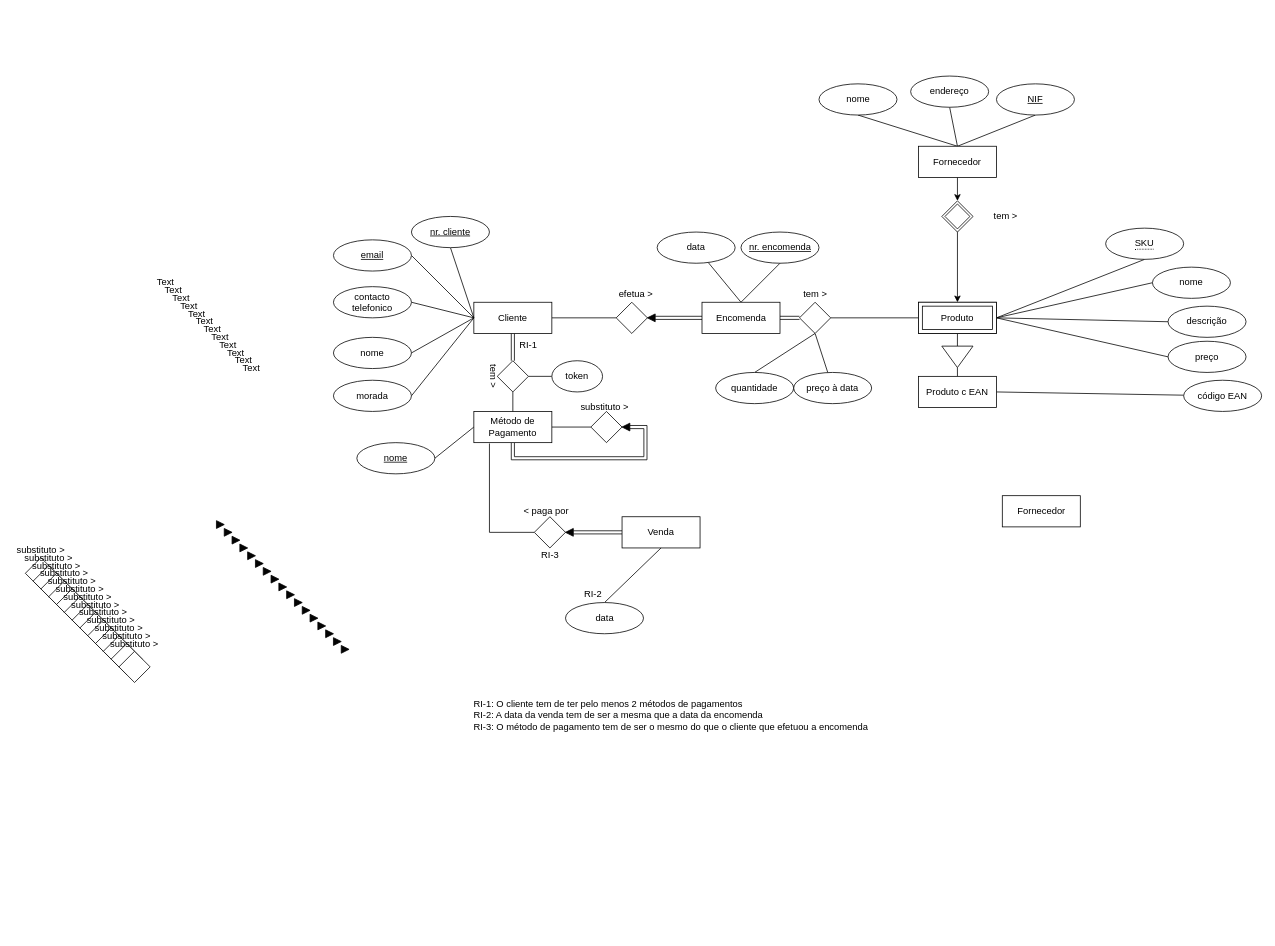
joaodrmacas/Postgres-DB keeps this draw.io diagram as Diagrama sem nome.drawio. Above is the earlier version. Source tidied: cells renumbered, new cells numbered last; positions are measured from the earlier drawing's top-left corner, leaving out a move shared by most shapes. Both pictures are drawn from the tidied source at 78%, with x=0, y=0 at pixel (13, 76).
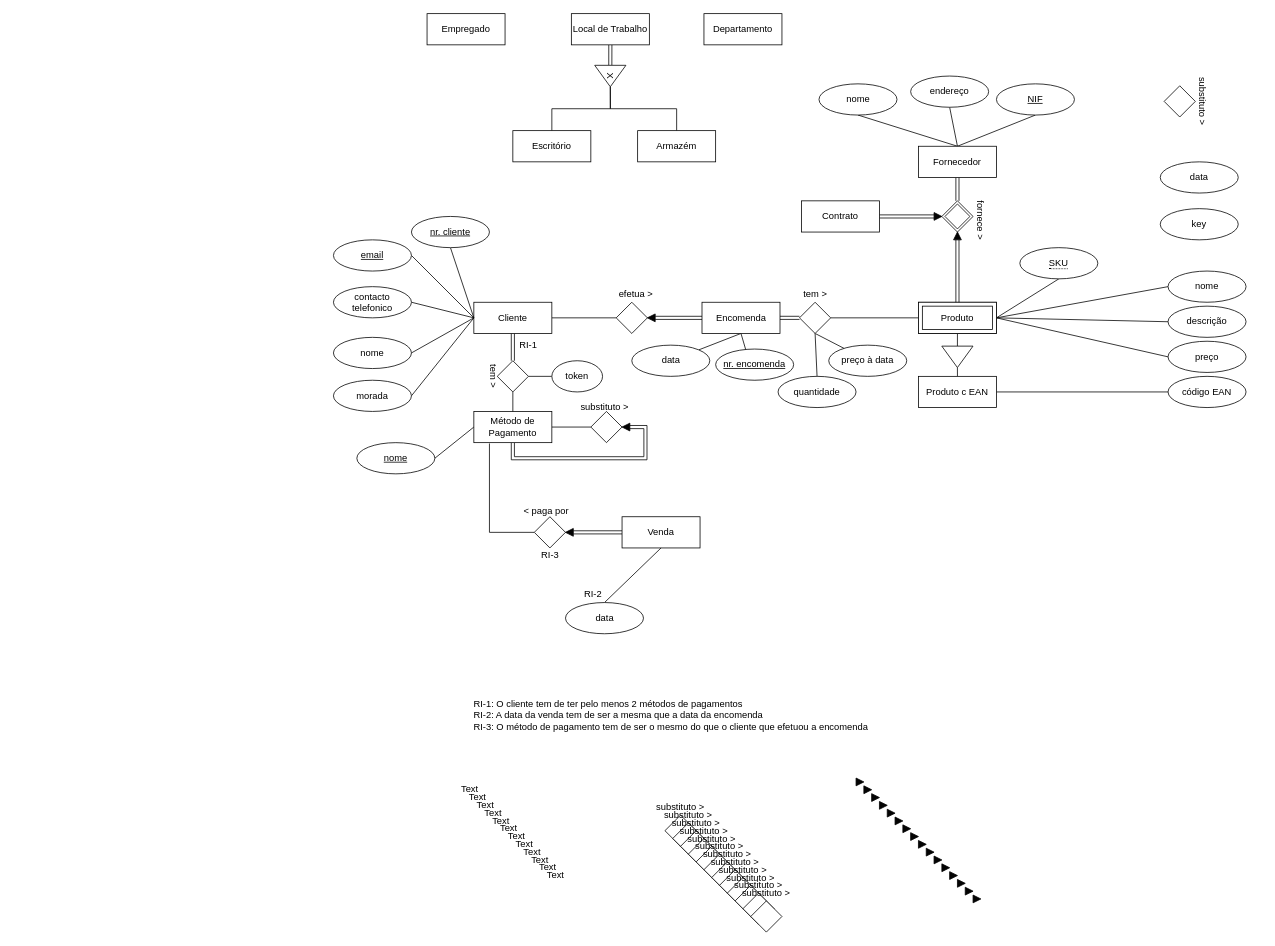
Above is the later version.

The change refers to these unchanged cells:
```xml
<mxCell id="9" value="Encomenda" style="whiteSpace=wrap;html=1;align=center;" parent="1" vertex="1">
  <mxGeometry x="882.5" y="290" width="100" height="40" as="geometry" />
</mxCell>
<mxCell id="144" value="Produto" style="shape=ext;margin=3;double=1;whiteSpace=wrap;html=1;align=center;" parent="142" vertex="1">
  <mxGeometry width="100" height="40" as="geometry" />
</mxCell>
<mxCell id="149" value="Fornecedor" style="whiteSpace=wrap;html=1;align=center;" parent="1" vertex="1">
  <mxGeometry x="1160" y="90" width="100" height="40" as="geometry" />
</mxCell>
<mxCell id="151" style="shape=rhombus;double=1;perimeter=rhombusPerimeter;whiteSpace=wrap;html=1;align=center;" parent="1" vertex="1">
  <mxGeometry x="1190" y="160" width="40" height="40" as="geometry" />
</mxCell>
```

Diff of the diagram source:
```diff
@@
-    <mxCell id="7" style="rounded=0;jettySize=auto;html=1;exitX=0.5;exitY=0;exitDx=0;exitDy=0;endArrow=none;endFill=0;" parent="1" edge="1" source="9" target="63">
+    <mxCell id="7" style="rounded=0;jettySize=auto;html=1;exitX=0.5;exitY=1;exitDx=0;exitDy=0;endArrow=none;endFill=0;" parent="1" edge="1" source="9" target="63">
       <mxGeometry relative="1" as="geometry" />
     </mxCell>
-    <mxCell id="8" style="rounded=0;jettySize=auto;html=1;exitX=0.5;exitY=0;exitDx=0;exitDy=0;entryX=0.5;entryY=1;entryDx=0;entryDy=0;endArrow=none;endFill=0;" parent="1" edge="1" source="9" target="64">
+    <mxCell id="8" style="rounded=0;jettySize=auto;html=1;exitX=0.5;exitY=1;exitDx=0;exitDy=0;entryX=0.5;entryY=1;entryDx=0;entryDy=0;endArrow=none;endFill=0;" parent="1" edge="1" source="9" target="64">
       <mxGeometry relative="1" as="geometry" />
     </mxCell>
@@
     <mxCell id="18" value="Text" style="text;html=1;strokeColor=none;fillColor=none;align=center;verticalAlign=middle;whiteSpace=wrap;rounded=0;" parent="1" vertex="1">
-      <mxGeometry x="165" y="250" width="60" height="30" as="geometry" />
+      <mxGeometry x="555" y="900" width="60" height="30" as="geometry" />
     </mxCell>
     <mxCell id="19" value="Text" style="text;html=1;strokeColor=none;fillColor=none;align=center;verticalAlign=middle;whiteSpace=wrap;rounded=0;" parent="1" vertex="1">
-      <mxGeometry x="175" y="260" width="60" height="30" as="geometry" />
+      <mxGeometry x="565" y="910" width="60" height="30" as="geometry" />
     </mxCell>
     <mxCell id="20" value="Text" style="text;html=1;strokeColor=none;fillColor=none;align=center;verticalAlign=middle;whiteSpace=wrap;rounded=0;" parent="1" vertex="1">
-      <mxGeometry x="185" y="270" width="60" height="30" as="geometry" />
+      <mxGeometry x="575" y="920" width="60" height="30" as="geometry" />
     </mxCell>
     <mxCell id="21" value="Text" style="text;html=1;strokeColor=none;fillColor=none;align=center;verticalAlign=middle;whiteSpace=wrap;rounded=0;" parent="1" vertex="1">
-      <mxGeometry x="195" y="280" width="60" height="30" as="geometry" />
+      <mxGeometry x="585" y="930" width="60" height="30" as="geometry" />
     </mxCell>
     <mxCell id="22" value="Text" style="text;html=1;strokeColor=none;fillColor=none;align=center;verticalAlign=middle;whiteSpace=wrap;rounded=0;" parent="1" vertex="1">
-      <mxGeometry x="205" y="290" width="60" height="30" as="geometry" />
+      <mxGeometry x="595" y="940" width="60" height="30" as="geometry" />
     </mxCell>
     <mxCell id="23" value="Text" style="text;html=1;strokeColor=none;fillColor=none;align=center;verticalAlign=middle;whiteSpace=wrap;rounded=0;" parent="1" vertex="1">
-      <mxGeometry x="215" y="300" width="60" height="30" as="geometry" />
+      <mxGeometry x="605" y="950" width="60" height="30" as="geometry" />
     </mxCell>
     <mxCell id="24" value="Text" style="text;html=1;strokeColor=none;fillColor=none;align=center;verticalAlign=middle;whiteSpace=wrap;rounded=0;" parent="1" vertex="1">
-      <mxGeometry x="225" y="310" width="60" height="30" as="geometry" />
+      <mxGeometry x="615" y="960" width="60" height="30" as="geometry" />
     </mxCell>
     <mxCell id="25" value="Text" style="text;html=1;strokeColor=none;fillColor=none;align=center;verticalAlign=middle;whiteSpace=wrap;rounded=0;" parent="1" vertex="1">
-      <mxGeometry x="235" y="320" width="60" height="30" as="geometry" />
+      <mxGeometry x="625" y="970" width="60" height="30" as="geometry" />
     </mxCell>
     <mxCell id="26" value="Text" style="text;html=1;strokeColor=none;fillColor=none;align=center;verticalAlign=middle;whiteSpace=wrap;rounded=0;" parent="1" vertex="1">
-      <mxGeometry x="245" y="330" width="60" height="30" as="geometry" />
+      <mxGeometry x="635" y="980" width="60" height="30" as="geometry" />
     </mxCell>
     <mxCell id="27" value="Text" style="text;html=1;strokeColor=none;fillColor=none;align=center;verticalAlign=middle;whiteSpace=wrap;rounded=0;" parent="1" vertex="1">
-      <mxGeometry x="255" y="340" width="60" height="30" as="geometry" />
+      <mxGeometry x="645" y="990" width="60" height="30" as="geometry" />
     </mxCell>
     <mxCell id="28" value="Text" style="text;html=1;strokeColor=none;fillColor=none;align=center;verticalAlign=middle;whiteSpace=wrap;rounded=0;" parent="1" vertex="1">
-      <mxGeometry x="265" y="350" width="60" height="30" as="geometry" />
+      <mxGeometry x="655" y="1000" width="60" height="30" as="geometry" />
     </mxCell>
     <mxCell id="29" value="Text" style="text;html=1;strokeColor=none;fillColor=none;align=center;verticalAlign=middle;whiteSpace=wrap;rounded=0;" parent="1" vertex="1">
-      <mxGeometry x="275" y="360" width="60" height="30" as="geometry" />
+      <mxGeometry x="665" y="1010" width="60" height="30" as="geometry" />
     </mxCell>
@@
     <mxCell id="35" style="triangle;whiteSpace=wrap;html=1;fillStyle=solid;fillColor=#030303;" parent="1" vertex="1">
-      <mxGeometry x="260" y="570" width="10" height="10" as="geometry" />
+      <mxGeometry x="1080" y="900" width="10" height="10" as="geometry" />
     </mxCell>
     <mxCell id="36" style="triangle;whiteSpace=wrap;html=1;fillStyle=solid;fillColor=#030303;" parent="1" vertex="1">
-      <mxGeometry x="270" y="580" width="10" height="10" as="geometry" />
+      <mxGeometry x="1090" y="910" width="10" height="10" as="geometry" />
     </mxCell>
     <mxCell id="37" style="triangle;whiteSpace=wrap;html=1;fillStyle=solid;fillColor=#030303;" parent="1" vertex="1">
-      <mxGeometry x="280" y="590" width="10" height="10" as="geometry" />
+      <mxGeometry x="1100" y="920" width="10" height="10" as="geometry" />
     </mxCell>
     <mxCell id="38" style="triangle;whiteSpace=wrap;html=1;fillStyle=solid;fillColor=#030303;" parent="1" vertex="1">
-      <mxGeometry x="290" y="600" width="10" height="10" as="geometry" />
+      <mxGeometry x="1110" y="930" width="10" height="10" as="geometry" />
     </mxCell>
     <mxCell id="39" style="triangle;whiteSpace=wrap;html=1;fillStyle=solid;fillColor=#030303;" parent="1" vertex="1">
-      <mxGeometry x="300" y="610" width="10" height="10" as="geometry" />
+      <mxGeometry x="1120" y="940" width="10" height="10" as="geometry" />
     </mxCell>
     <mxCell id="40" style="triangle;whiteSpace=wrap;html=1;fillStyle=solid;fillColor=#030303;" parent="1" vertex="1">
-      <mxGeometry x="310" y="620" width="10" height="10" as="geometry" />
+      <mxGeometry x="1130" y="950" width="10" height="10" as="geometry" />
     </mxCell>
     <mxCell id="41" style="triangle;whiteSpace=wrap;html=1;fillStyle=solid;fillColor=#030303;" parent="1" vertex="1">
-      <mxGeometry x="320" y="630" width="10" height="10" as="geometry" />
+      <mxGeometry x="1140" y="960" width="10" height="10" as="geometry" />
     </mxCell>
     <mxCell id="42" style="triangle;whiteSpace=wrap;html=1;fillStyle=solid;fillColor=#030303;" parent="1" vertex="1">
-      <mxGeometry x="330" y="640" width="10" height="10" as="geometry" />
+      <mxGeometry x="1150" y="970" width="10" height="10" as="geometry" />
     </mxCell>
     <mxCell id="43" style="triangle;whiteSpace=wrap;html=1;fillStyle=solid;fillColor=#030303;" parent="1" vertex="1">
-      <mxGeometry x="340" y="650" width="10" height="10" as="geometry" />
+      <mxGeometry x="1160" y="980" width="10" height="10" as="geometry" />
     </mxCell>
     <mxCell id="44" style="triangle;whiteSpace=wrap;html=1;fillStyle=solid;fillColor=#030303;" parent="1" vertex="1">
-      <mxGeometry x="350" y="660" width="10" height="10" as="geometry" />
+      <mxGeometry x="1170" y="990" width="10" height="10" as="geometry" />
     </mxCell>
     <mxCell id="45" style="triangle;whiteSpace=wrap;html=1;fillStyle=solid;fillColor=#030303;" parent="1" vertex="1">
-      <mxGeometry x="360" y="670" width="10" height="10" as="geometry" />
+      <mxGeometry x="1180" y="1000" width="10" height="10" as="geometry" />
     </mxCell>
     <mxCell id="46" style="triangle;whiteSpace=wrap;html=1;fillStyle=solid;fillColor=#030303;" parent="1" vertex="1">
-      <mxGeometry x="370" y="680" width="10" height="10" as="geometry" />
+      <mxGeometry x="1190" y="1010" width="10" height="10" as="geometry" />
     </mxCell>
     <mxCell id="47" style="triangle;whiteSpace=wrap;html=1;fillStyle=solid;fillColor=#030303;" parent="1" vertex="1">
-      <mxGeometry x="380" y="690" width="10" height="10" as="geometry" />
+      <mxGeometry x="1200" y="1020" width="10" height="10" as="geometry" />
     </mxCell>
     <mxCell id="48" style="triangle;whiteSpace=wrap;html=1;fillStyle=solid;fillColor=#030303;" parent="1" vertex="1">
-      <mxGeometry x="390" y="700" width="10" height="10" as="geometry" />
+      <mxGeometry x="1210" y="1030" width="10" height="10" as="geometry" />
     </mxCell>
     <mxCell id="49" style="triangle;whiteSpace=wrap;html=1;fillStyle=solid;fillColor=#030303;" parent="1" vertex="1">
-      <mxGeometry x="400" y="710" width="10" height="10" as="geometry" />
+      <mxGeometry x="1220" y="1040" width="10" height="10" as="geometry" />
     </mxCell>
     <mxCell id="50" style="triangle;whiteSpace=wrap;html=1;fillStyle=solid;fillColor=#030303;" parent="1" vertex="1">
-      <mxGeometry x="410" y="720" width="10" height="10" as="geometry" />
+      <mxGeometry x="1230" y="1050" width="10" height="10" as="geometry" />
     </mxCell>
-    <mxCell id="51" style="triangle;whiteSpace=wrap;html=1;fillStyle=solid;fillColor=#030303;" parent="1" vertex="1">
-      <mxGeometry x="420" y="730" width="10" height="10" as="geometry" />
+    <mxCell id="51" style="triangle;whiteSpace=wrap;html=1;fillStyle=solid;fillColor=#030303;rotation=-90;" parent="1" vertex="1">
+      <mxGeometry x="1205" y="200" width="10" height="10" as="geometry" />
     </mxCell>
@@
     <mxCell id="63" value="data" style="ellipse;whiteSpace=wrap;html=1;align=center;" parent="1" vertex="1">
-      <mxGeometry x="825" y="200" width="100" height="40" as="geometry" />
+      <mxGeometry x="792.5" y="345" width="100" height="40" as="geometry" />
     </mxCell>
     <mxCell id="64" value="nr. encomenda" style="ellipse;whiteSpace=wrap;html=1;align=center;fontStyle=4;" parent="1" vertex="1">
-      <mxGeometry x="932.5" y="200" width="100" height="40" as="geometry" />
+      <mxGeometry x="900" y="350" width="100" height="40" as="geometry" />
     </mxCell>
@@
     <mxCell id="77" value="quantidade" style="ellipse;whiteSpace=wrap;html=1;align=center;" parent="1" vertex="1">
-      <mxGeometry x="900" y="380" width="100" height="40" as="geometry" />
+      <mxGeometry x="980" y="385" width="100" height="40" as="geometry" />
     </mxCell>
@@
     <mxCell id="89" style="group;" parent="1" vertex="1">
-      <mxGeometry y="592.5" width="70" height="65" as="geometry" />
+      <mxGeometry x="820" y="922.5" width="70" height="65" as="geometry" />
     </mxCell>
@@
     <mxCell id="92" style="group;" parent="1" vertex="1">
-      <mxGeometry x="10" y="602.5" width="70" height="65" as="geometry" />
+      <mxGeometry x="830" y="932.5" width="70" height="65" as="geometry" />
     </mxCell>
@@
     <mxCell id="95" style="group;" parent="1" vertex="1">
-      <mxGeometry x="20" y="612.5" width="70" height="65" as="geometry" />
+      <mxGeometry x="840" y="942.5" width="70" height="65" as="geometry" />
     </mxCell>
@@
     <mxCell id="98" style="group;" parent="1" vertex="1">
-      <mxGeometry x="30" y="622.5" width="70" height="65" as="geometry" />
+      <mxGeometry x="850" y="952.5" width="70" height="65" as="geometry" />
     </mxCell>
@@
     <mxCell id="101" style="group;" parent="1" vertex="1">
-      <mxGeometry x="40" y="632.5" width="70" height="65" as="geometry" />
+      <mxGeometry x="860" y="962.5" width="70" height="65" as="geometry" />
     </mxCell>
@@
     <mxCell id="104" style="group;" parent="1" vertex="1">
-      <mxGeometry x="50" y="642.5" width="70" height="65" as="geometry" />
+      <mxGeometry x="870" y="972.5" width="70" height="65" as="geometry" />
     </mxCell>
@@
     <mxCell id="107" style="group;" parent="1" vertex="1">
-      <mxGeometry x="60" y="652.5" width="70" height="65" as="geometry" />
+      <mxGeometry x="880" y="982.5" width="70" height="65" as="geometry" />
     </mxCell>
@@
     <mxCell id="110" style="group;" parent="1" vertex="1">
-      <mxGeometry x="70" y="662.5" width="70" height="65" as="geometry" />
+      <mxGeometry x="890" y="992.5" width="70" height="65" as="geometry" />
     </mxCell>
@@
     <mxCell id="113" style="group;" parent="1" vertex="1">
-      <mxGeometry x="80" y="672.5" width="70" height="65" as="geometry" />
+      <mxGeometry x="900" y="1002.5" width="70" height="65" as="geometry" />
     </mxCell>
@@
     <mxCell id="116" style="group;" parent="1" vertex="1">
-      <mxGeometry x="90" y="682.5" width="70" height="65" as="geometry" />
+      <mxGeometry x="910" y="1012.5" width="70" height="65" as="geometry" />
     </mxCell>
@@
     <mxCell id="119" style="group;" parent="1" vertex="1">
-      <mxGeometry x="100" y="692.5" width="70" height="65" as="geometry" />
+      <mxGeometry x="920" y="1022.5" width="70" height="65" as="geometry" />
     </mxCell>
@@
     <mxCell id="122" style="group;" parent="1" vertex="1">
-      <mxGeometry x="110" y="702.5" width="70" height="65" as="geometry" />
+      <mxGeometry x="930" y="1032.5" width="70" height="65" as="geometry" />
     </mxCell>
@@
     <mxCell id="125" style="group;" parent="1" vertex="1">
-      <mxGeometry x="120" y="712.5" width="70" height="65" as="geometry" />
+      <mxGeometry x="1460" y="-12.5" width="110" height="65" as="geometry" />
     </mxCell>
@@
-    <mxCell id="127" value="substituto &amp;gt;" style="text;html=1;strokeColor=none;fillColor=none;align=center;verticalAlign=middle;whiteSpace=wrap;rounded=0;" parent="125" vertex="1">
-      <mxGeometry width="70" height="30" as="geometry" />
+    <mxCell id="127" value="substituto &amp;gt;" style="text;html=1;strokeColor=none;fillColor=none;align=center;verticalAlign=middle;whiteSpace=wrap;rounded=0;rotation=90;" parent="125" vertex="1">
+      <mxGeometry x="30" y="30" width="70" height="30" as="geometry" />
     </mxCell>
@@
     <mxCell id="129" value="nome" style="ellipse;whiteSpace=wrap;html=1;align=center;" parent="1" vertex="1">
-      <mxGeometry x="1460" y="245" width="100" height="40" as="geometry" />
+      <mxGeometry x="1480" y="250" width="100" height="40" as="geometry" />
     </mxCell>
@@
     <mxCell id="138" value="código EAN" style="ellipse;whiteSpace=wrap;html=1;align=center;" parent="1" vertex="1">
-      <mxGeometry x="1500" y="390" width="100" height="40" as="geometry" />
+      <mxGeometry x="1480" y="385" width="100" height="40" as="geometry" />
     </mxCell>
     <mxCell id="139" value="preço à data" style="ellipse;whiteSpace=wrap;html=1;align=center;" parent="1" vertex="1">
-      <mxGeometry x="1000" y="380" width="100" height="40" as="geometry" />
+      <mxGeometry x="1045" y="345" width="100" height="40" as="geometry" />
     </mxCell>
-    <mxCell id="140" value="Fornecedor" style="whiteSpace=wrap;html=1;align=center;" parent="1" vertex="1">
-      <mxGeometry x="1267.5" y="538" width="100" height="40" as="geometry" />
-    </mxCell>
     <mxCell id="141" value="&lt;span style=&quot;border-bottom: 1px dotted&quot;&gt;SKU&lt;/span&gt;" style="ellipse;whiteSpace=wrap;html=1;align=center;" parent="1" vertex="1">
-      <mxGeometry x="1400" y="195" width="100" height="40" as="geometry" />
+      <mxGeometry x="1290" y="220" width="100" height="40" as="geometry" />
     </mxCell>
@@
-    <mxCell id="145" style="edgeStyle=orthogonalEdgeStyle;rounded=0;jettySize=auto;html=1;exitX=0.5;exitY=1;exitDx=0;exitDy=0;entryX=0.5;entryY=0;entryDx=0;entryDy=0;" parent="1" edge="1" source="149" target="151">
+    <mxCell id="145" style="edgeStyle=orthogonalEdgeStyle;rounded=0;jettySize=auto;html=1;exitX=0.5;exitY=1;exitDx=0;exitDy=0;entryX=0.5;entryY=0;entryDx=0;entryDy=0;endArrow=none;endFill=0;shape=link;" parent="1" edge="1" source="149" target="151">
       <mxGeometry relative="1" as="geometry" />
     </mxCell>
@@
-    <mxCell id="150" style="edgeStyle=orthogonalEdgeStyle;rounded=0;jettySize=auto;html=1;exitX=0.5;exitY=1;exitDx=0;exitDy=0;" parent="1" edge="1" source="151" target="144">
-      <mxGeometry relative="1" as="geometry" />
-    </mxCell>
@@
-    <mxCell id="152" value="tem &amp;gt;" style="text;html=1;strokeColor=none;fillColor=none;align=center;verticalAlign=middle;whiteSpace=wrap;rounded=0;" parent="1" vertex="1">
-      <mxGeometry x="1237" y="165" width="70" height="30" as="geometry" />
+    <mxCell id="152" value="fornece &amp;gt;" style="text;html=1;strokeColor=none;fillColor=none;align=center;verticalAlign=middle;whiteSpace=wrap;rounded=0;rotation=90;" parent="1" vertex="1">
+      <mxGeometry x="1205" y="170" width="70" height="30" as="geometry" />
     </mxCell>
@@
+    <mxCell id="156" style="edgeStyle=orthogonalEdgeStyle;rounded=0;jettySize=auto;html=1;exitX=0.5;exitY=0;exitDx=0;exitDy=0;entryX=0;entryY=0.5;entryDx=0;entryDy=0;shape=link;" parent="1" edge="1" source="144" target="51">
+      <mxGeometry relative="1" as="geometry" />
+    </mxCell>
+    <mxCell id="157" style="edgeStyle=orthogonalEdgeStyle;rounded=0;jettySize=auto;html=1;exitX=1;exitY=0.5;exitDx=0;exitDy=0;entryX=0;entryY=0.5;entryDx=0;entryDy=0;shape=link;" parent="1" edge="1" source="158" target="170">
+      <mxGeometry relative="1" as="geometry" />
+    </mxCell>
+    <mxCell id="158" value="Contrato" style="whiteSpace=wrap;html=1;align=center;" parent="1" vertex="1">
+      <mxGeometry x="1010" y="160" width="100" height="40" as="geometry" />
+    </mxCell>
+    <mxCell id="159" value="data" style="ellipse;whiteSpace=wrap;html=1;align=center;" parent="1" vertex="1">
+      <mxGeometry x="1470" y="110" width="100" height="40" as="geometry" />
+    </mxCell>
+    <mxCell id="160" value="key" style="ellipse;whiteSpace=wrap;html=1;align=center;" parent="1" vertex="1">
+      <mxGeometry x="1470" y="170" width="100" height="40" as="geometry" />
+    </mxCell>
+    <mxCell id="161" value="Empregado" style="whiteSpace=wrap;html=1;align=center;" parent="1" vertex="1">
+      <mxGeometry x="530" y="-80" width="100" height="40" as="geometry" />
+    </mxCell>
+    <mxCell id="162" style="edgeStyle=orthogonalEdgeStyle;rounded=0;jettySize=auto;html=1;exitX=0.5;exitY=1;exitDx=0;exitDy=0;entryX=0;entryY=0.5;entryDx=0;entryDy=0;endArrow=none;endFill=0;shape=link;" parent="1" edge="1" source="163" target="167">
+      <mxGeometry relative="1" as="geometry" />
+    </mxCell>
+    <mxCell id="163" value="Local de Trabalho" style="whiteSpace=wrap;html=1;align=center;" parent="1" vertex="1">
+      <mxGeometry x="715" y="-80" width="100" height="40" as="geometry" />
+    </mxCell>
+    <mxCell id="164" value="Departamento" style="whiteSpace=wrap;html=1;align=center;" parent="1" vertex="1">
+      <mxGeometry x="885" y="-80" width="100" height="40" as="geometry" />
+    </mxCell>
+    <mxCell id="165" style="edgeStyle=orthogonalEdgeStyle;rounded=0;jettySize=auto;html=1;exitX=1;exitY=0.5;exitDx=0;exitDy=0;endArrow=none;endFill=0;" parent="1" edge="1" source="167" target="168">
+      <mxGeometry relative="1" as="geometry" />
+    </mxCell>
+    <mxCell id="166" style="edgeStyle=orthogonalEdgeStyle;rounded=0;jettySize=auto;html=1;exitX=1;exitY=0.5;exitDx=0;exitDy=0;entryX=0.5;entryY=0;entryDx=0;entryDy=0;endArrow=none;endFill=0;" parent="1" edge="1" source="167" target="169">
+      <mxGeometry relative="1" as="geometry" />
+    </mxCell>
+    <mxCell id="167" value="X" style="triangle;whiteSpace=wrap;html=1;rotation=90;" parent="1" vertex="1">
+      <mxGeometry x="751.2" y="-20" width="27.5" height="40" as="geometry" />
+    </mxCell>
+    <mxCell id="168" value="Armazém" style="whiteSpace=wrap;html=1;align=center;" parent="1" vertex="1">
+      <mxGeometry x="800" y="70" width="100" height="40" as="geometry" />
+    </mxCell>
+    <mxCell id="169" value="Escritório" style="whiteSpace=wrap;html=1;align=center;" parent="1" vertex="1">
+      <mxGeometry x="640" y="70" width="100" height="40" as="geometry" />
+    </mxCell>
+    <mxCell id="170" style="triangle;whiteSpace=wrap;html=1;fillStyle=solid;fillColor=#030303;rotation=0;" parent="1" vertex="1">
+      <mxGeometry x="1180" y="175" width="10" height="10" as="geometry" />
+    </mxCell>
```
